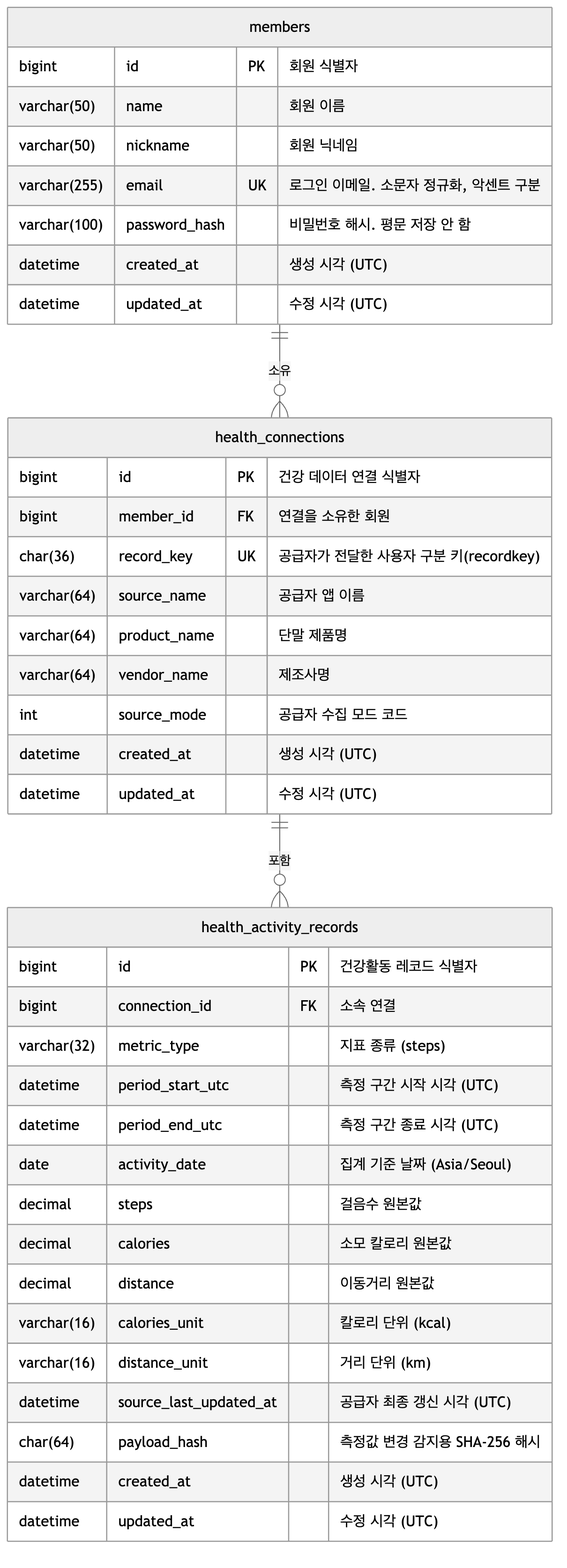
Above: docs/설계/ERD.png in dongkeonkim/okcare-health-backend (Mermaid), before the change. Its source is kept beside it as docs/설계/ERD.mmd.
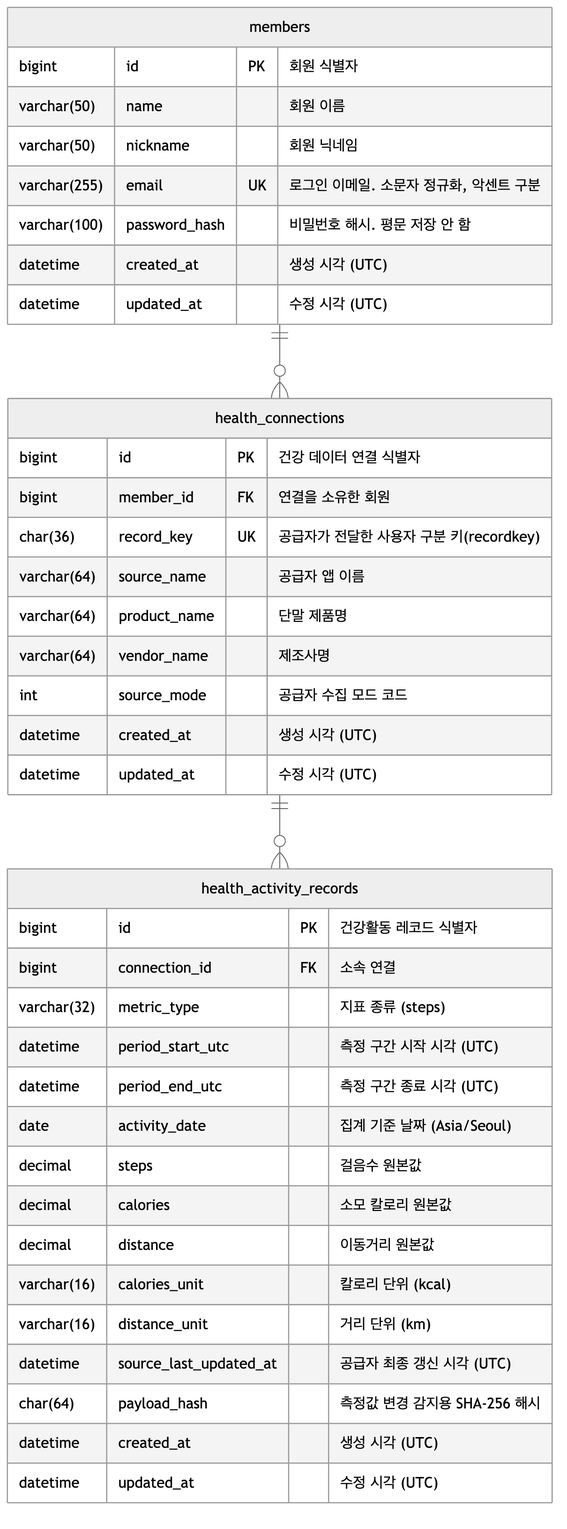
Above is the later version.

The edit, as a diff of the source:
```diff
@@ -1,6 +1,6 @@
 erDiagram
-    members ||--o{ health_connections : "소유"
-    health_connections ||--o{ health_activity_records : "포함"
+    members ||--o{ health_connections : ""
+    health_connections ||--o{ health_activity_records : ""
 
     members {
         bigint id PK "회원 식별자"
```
